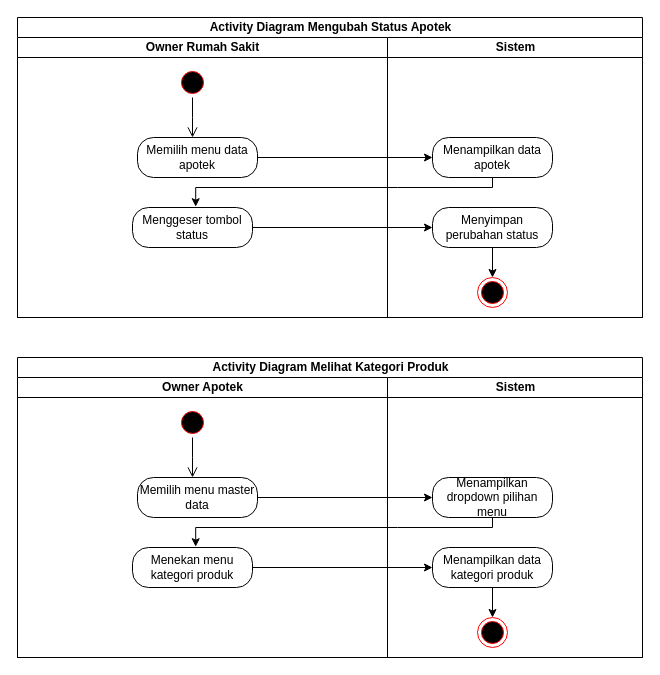
Muhamadrafliseptian/rancangan-sistem-dan-dokumen keeps this draw.io diagram as activity diagram/Owner Apotek/mengubah status apotek.drawio. Above is the earlier version. Source tidied: cells renumbered, new cells numbered last; positions are measured from the earlier drawing's top-left corner, leaving out a move shared by most shapes. Both pictures are drawn from the tidied source at 100%, with x=0, y=0 at pixel (17, 17).
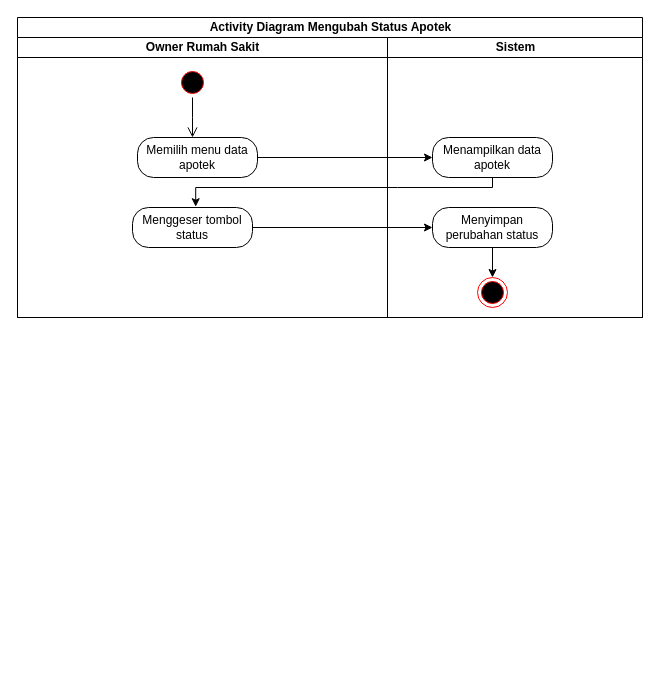
Above is the later version.

Diff of the diagram source:
```diff
@@
-    <mxCell id="17" value="Activity Diagram Melihat Kategori Produk" style="swimlane;startSize=20;html=1;" parent="1" vertex="1">
-      <mxGeometry y="340" width="625" height="300" as="geometry" />
-    </mxCell>
-    <mxCell id="18" value="Owner Apotek" style="swimlane;startSize=20;html=1;" parent="17" vertex="1">
-      <mxGeometry y="20" width="370" height="280" as="geometry" />
-    </mxCell>
-    <mxCell id="19" value="Memilih menu master data" style="rounded=1;whiteSpace=wrap;html=1;arcSize=40;fontColor=#000000;fillColor=default;strokeColor=default;" parent="18" vertex="1">
-      <mxGeometry x="120" y="100" width="120" height="40" as="geometry" />
-    </mxCell>
-    <mxCell id="20" style="ellipse;html=1;shape=startState;fillColor=#000000;strokeColor=#ff0000;" parent="18" vertex="1">
-      <mxGeometry x="160" y="30" width="30" height="30" as="geometry" />
-    </mxCell>
-    <mxCell id="21" style="edgeStyle=orthogonalEdgeStyle;html=1;verticalAlign=bottom;endArrow=open;endSize=8;strokeColor=default;rounded=0;" parent="18" edge="1" source="20">
-      <mxGeometry relative="1" as="geometry">
-        <mxPoint x="175" y="100" as="targetPoint" />
-      </mxGeometry>
-    </mxCell>
-    <mxCell id="22" value="Menekan menu kategori produk" style="rounded=1;whiteSpace=wrap;html=1;arcSize=40;fontColor=#000000;fillColor=default;strokeColor=default;" parent="18" vertex="1">
-      <mxGeometry x="115" y="170" width="120" height="40" as="geometry" />
-    </mxCell>
-    <mxCell id="23" style="edgeStyle=orthogonalEdgeStyle;rounded=0;orthogonalLoop=1;jettySize=auto;html=1;" parent="17" edge="1">
-      <mxGeometry relative="1" as="geometry">
-        <mxPoint x="175" y="140" as="sourcePoint" />
-      </mxGeometry>
-    </mxCell>
-    <mxCell id="24" style="edgeStyle=orthogonalEdgeStyle;rounded=0;jettySize=auto;html=1;" parent="17" edge="1" source="19" target="27">
-      <mxGeometry relative="1" as="geometry" />
-    </mxCell>
-    <mxCell id="25" style="edgeStyle=orthogonalEdgeStyle;rounded=0;jettySize=auto;html=1;entryX=0.448;entryY=-0.019;entryDx=0;entryDy=0;entryPerimeter=0;" parent="17" edge="1" source="27">
-      <mxGeometry relative="1" as="geometry">
-        <mxPoint x="178.2" y="189.2" as="targetPoint" />
-        <Array as="points">
-          <mxPoint x="380" y="170" />
-          <mxPoint x="114" y="170" />
-        </Array>
-      </mxGeometry>
-    </mxCell>
-    <mxCell id="26" value="Sistem" style="swimlane;startSize=20;html=1;" parent="17" vertex="1">
-      <mxGeometry x="370" y="20" width="255" height="280" as="geometry" />
-    </mxCell>
-    <mxCell id="27" value="Menampilkan dropdown pilihan menu" style="rounded=1;whiteSpace=wrap;html=1;arcSize=40;fontColor=#000000;fillColor=default;strokeColor=default;" parent="26" vertex="1">
-      <mxGeometry x="45" y="100" width="120" height="40" as="geometry" />
-    </mxCell>
-    <mxCell id="28" style="ellipse;html=1;shape=endState;fillColor=#000000;strokeColor=#ff0000;" parent="26" vertex="1">
-      <mxGeometry x="90" y="240" width="30" height="30" as="geometry" />
-    </mxCell>
-    <mxCell id="29" style="edgeStyle=orthogonalEdgeStyle;rounded=0;jettySize=auto;html=1;" parent="26" edge="1" source="30" target="28">
-      <mxGeometry relative="1" as="geometry" />
-    </mxCell>
-    <mxCell id="30" value="Menampilkan data kategori produk" style="rounded=1;whiteSpace=wrap;html=1;arcSize=40;fontColor=#000000;fillColor=default;strokeColor=default;" parent="26" vertex="1">
-      <mxGeometry x="45" y="170" width="120" height="40" as="geometry" />
-    </mxCell>
-    <mxCell id="31" style="edgeStyle=orthogonalEdgeStyle;rounded=0;jettySize=auto;html=1;entryX=0;entryY=0.5;entryDx=0;entryDy=0;" parent="17" edge="1" source="22" target="30">
-      <mxGeometry relative="1" as="geometry" />
-    </mxCell>
```
